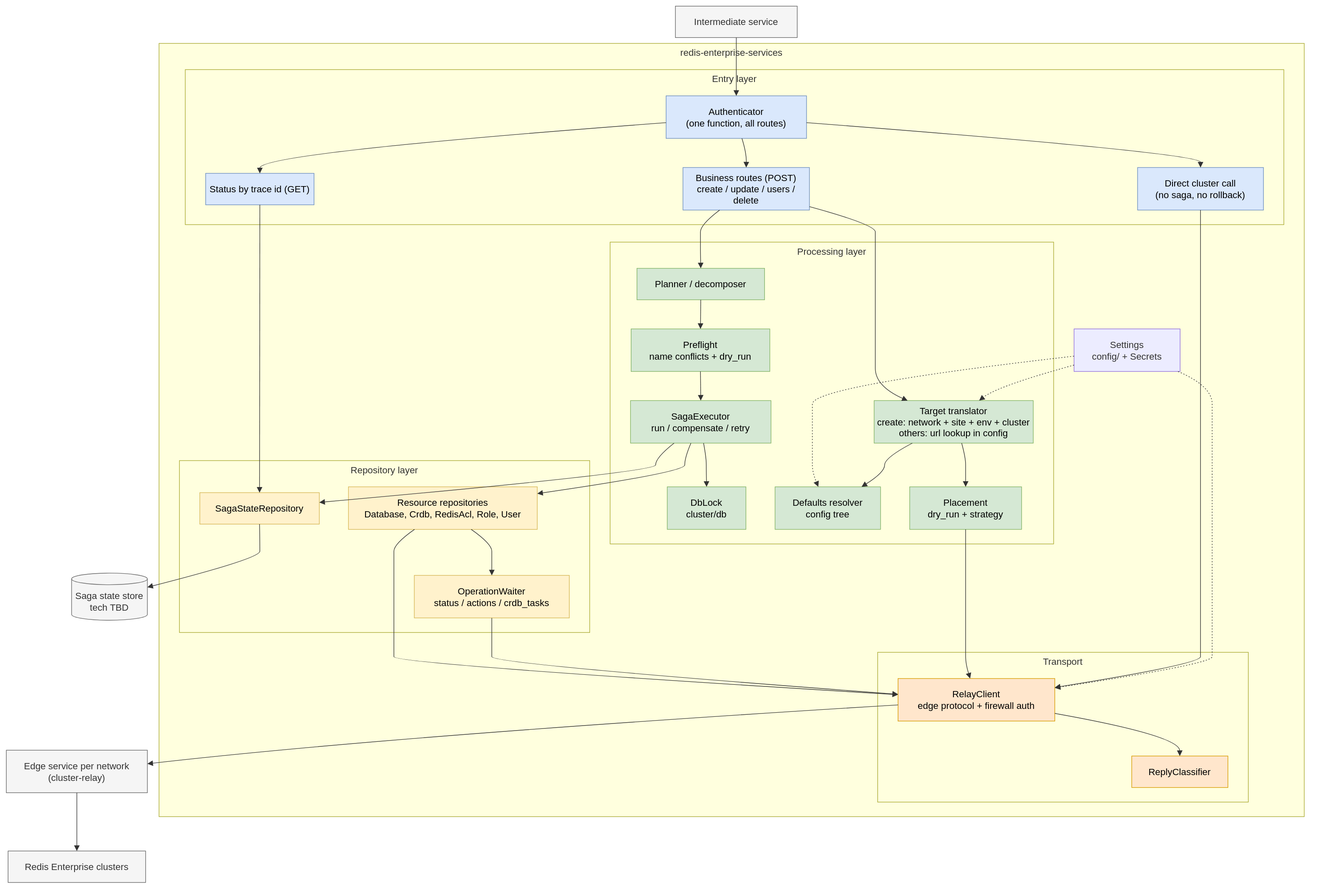
This is docs/dr/diagrams/03-components.drawio.svg from EliShteinman/redis-enterprise-services, a draw.io export, as it was before one commit. Source tidied: cells renumbered, new cells last; positions are measured from the earlier drawing's top-left corner, leaving out a move shared by most shapes.
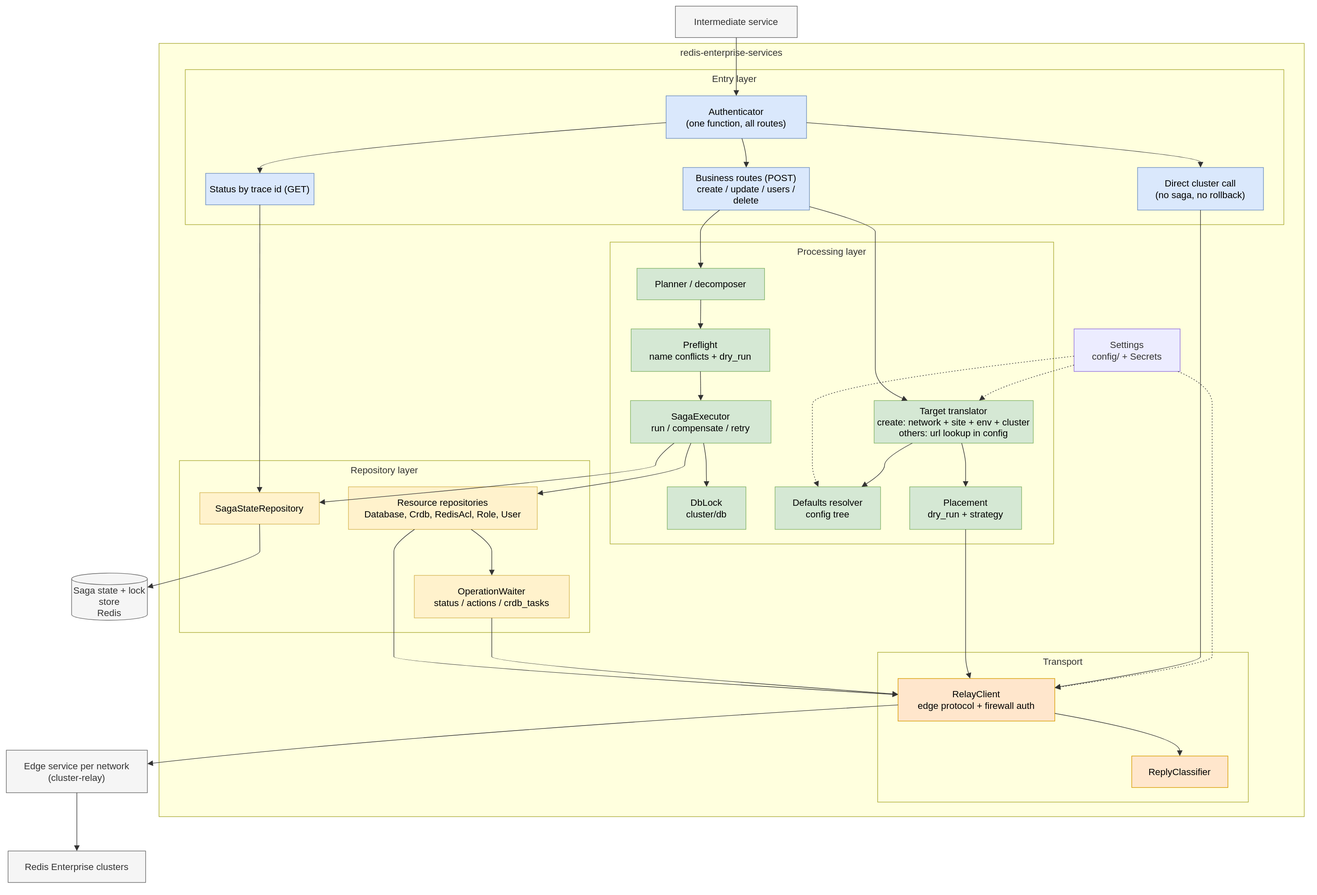
Above is the later version.

Commit message:
docs(design): Redis holds the saga state and the DB lock

The edit, as a diff of the source:
```diff
@@ -274,7 +274,7 @@
     <mxCell id="48" value="Redis Enterprise clusters" style="html=1;whiteSpace=wrap;strokeWidth=1;fillColor=#f5f5f5;strokeColor=#666666;fontColor=#333333;fontFamily=Trebuchet MS,Verdana,Arial,sans-serif;fontSize=16;" parent="1" vertex="1">
       <mxGeometry x="3" y="1450" width="236" height="54" as="geometry" />
     </mxCell>
-    <mxCell id="49" value="Saga state store&#10;tech TBD" style="html=1;shape=cylinder3;boundedLbl=1;backgroundOutline=1;size=10;strokeWidth=1;whiteSpace=wrap;fillColor=#f5f5f5;strokeColor=#666666;fontColor=#333333;fontFamily=Trebuchet MS,Verdana,Arial,sans-serif;fontSize=16;" parent="1" vertex="1">
+    <mxCell id="49" value="Saga state + lock store&#10;Redis" style="html=1;shape=cylinder3;boundedLbl=1;backgroundOutline=1;size=10;strokeWidth=1;whiteSpace=wrap;fillColor=#f5f5f5;strokeColor=#666666;fontColor=#333333;fontFamily=Trebuchet MS,Verdana,Arial,sans-serif;fontSize=16;" parent="1" vertex="1">
       <mxGeometry x="112" y="973" width="130" height="81" as="geometry" />
     </mxCell>
     <mxCell id="50" style="curved=1;startArrow=none;endArrow=block;endSize=7;strokeColor=light-dark(#333333,#cccccc);exitX=0.5;exitY=1;entryX=0.5;entryY=0;" parent="1" edge="1" source="46" target="4">
```
